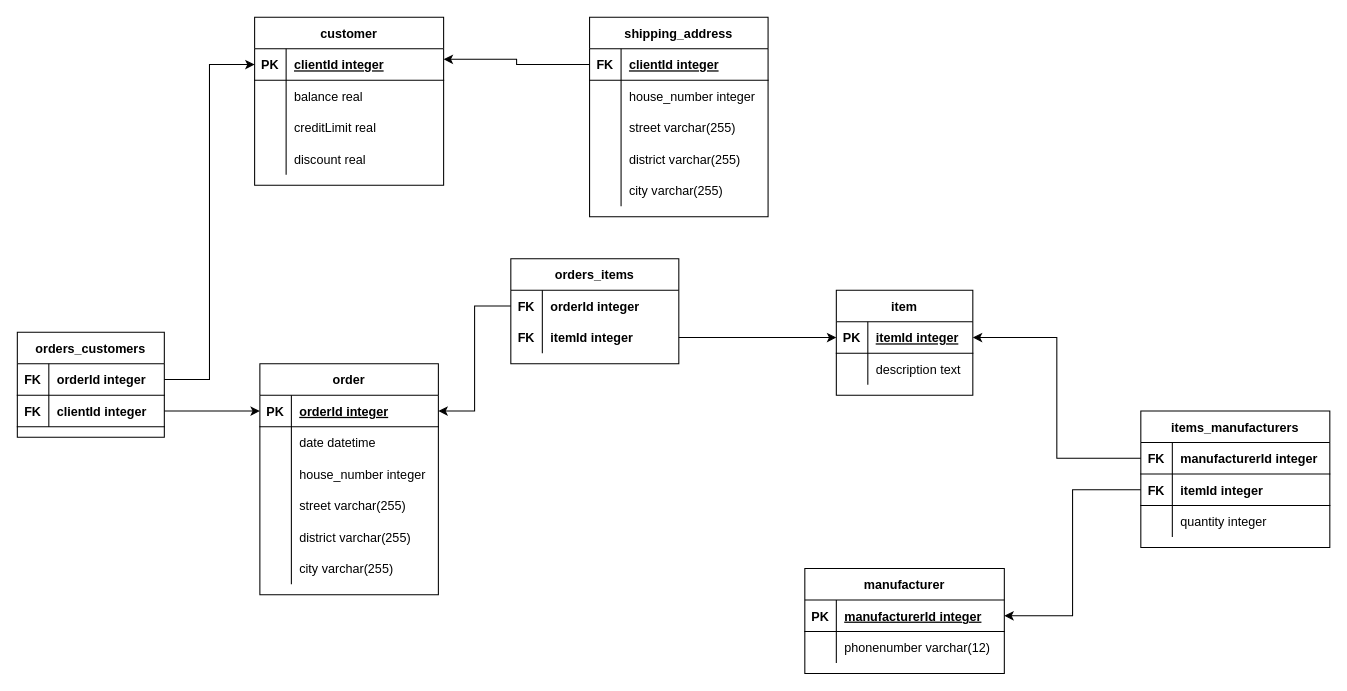
ilya-siluyanov/DrawIO keeps this draw.io diagram as lab05/ex1.drawio. Above is the earlier version. Source tidied: cells renumbered, new cells numbered last; positions are measured from the earlier drawing's top-left corner, leaving out a move shared by most shapes. Both pictures are drawn from the tidied source at 105%, with x=0, y=0 at pixel (17, 17).
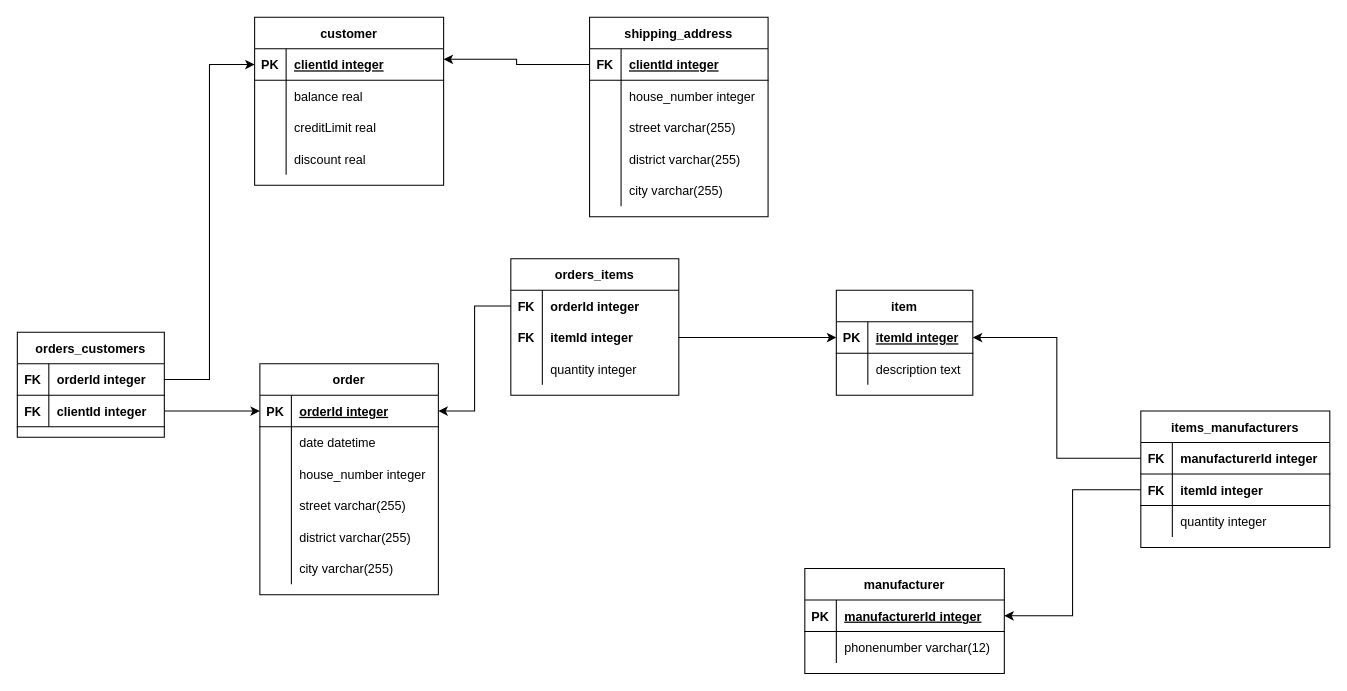
Above is the later version.

Diff of the diagram source:
```diff
@@
     <mxCell id="84" value="orders_items" style="shape=table;startSize=30;childLayout=tableLayout;rowLines=0;fontStyle=1;align=center;" parent="1" vertex="1">
-      <mxGeometry x="470" y="230" width="160" height="100" as="geometry" />
+      <mxGeometry x="470" y="230" width="160" height="130" as="geometry" />
     </mxCell>
@@
+    <mxCell id="95" style="shape=tableRow;horizontal=0;startSize=0;swimlaneHead=0;swimlaneBody=0;fillColor=none;top=0;left=0;right=0;bottom=0;" parent="84" vertex="1">
+      <mxGeometry y="90" width="160" height="30" as="geometry" />
+    </mxCell>
+    <mxCell id="96" style="shape=partialRectangle;fillColor=none;top=0;left=0;bottom=0;right=0;overflow=hidden;" parent="95" vertex="1">
+      <mxGeometry width="30" height="30" as="geometry" />
+    </mxCell>
+    <mxCell id="97" value="quantity integer" style="shape=partialRectangle;fillColor=none;top=0;left=0;bottom=0;right=0;align=left;spacingLeft=6;overflow=hidden;" parent="95" vertex="1">
+      <mxGeometry x="30" width="130" height="30" as="geometry" />
+    </mxCell>
```
